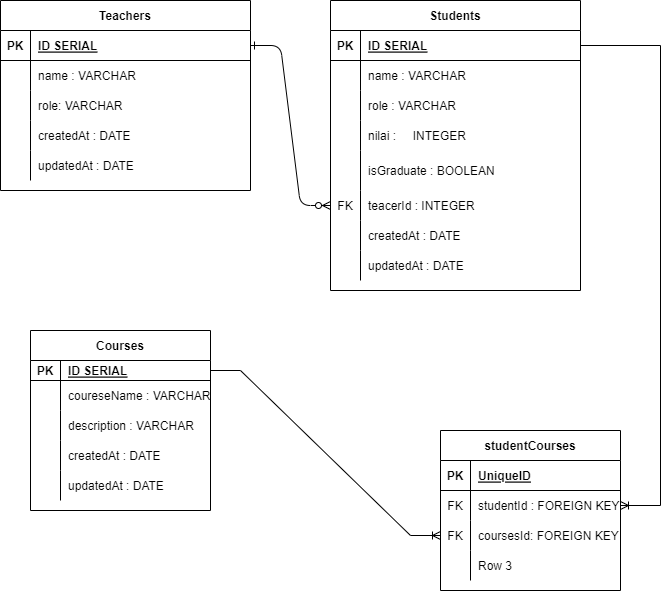
Earlier version of the draw.io export yukdemy.drawio.png (FadyllahF/yukdemy). Source tidied: cells renumbered, new cells last; positions are measured from the earlier drawing's top-left corner, leaving out a move shared by most shapes.
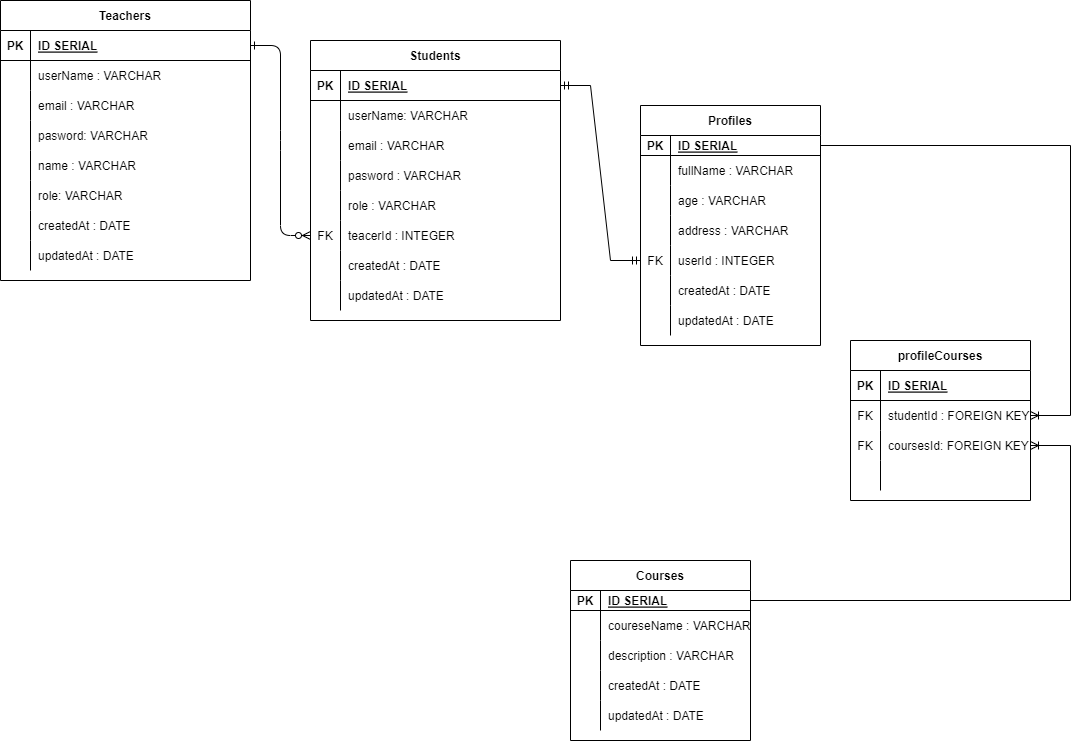
Above is the later version.

Diff of the diagram source:
```diff
@@ -6,7 +6,7 @@
       <mxGeometry relative="1" as="geometry" />
     </mxCell>
     <mxCell id="3" value="Students" style="shape=table;startSize=30;rowLines=0;fontStyle=1;align=center;" parent="1" vertex="1">
-      <mxGeometry x="330" width="250" height="290" as="geometry" />
+      <mxGeometry x="200" y="-60" width="250" height="280" as="geometry" />
     </mxCell>
     <mxCell id="4" style="shape=partialRectangle;fillColor=none;points=[[0,0.5],[1,0.5]];portConstraint=eastwest;top=0;left=0;right=0;bottom=1;" parent="3" vertex="1">
       <mxGeometry y="30" width="250" height="30" as="geometry" />
@@ -20,14 +20,32 @@
     <mxCell id="7" style="shape=partialRectangle;fillColor=none;top=0;left=0;right=0;bottom=0;" parent="3" vertex="1">
       <mxGeometry y="60" width="250" height="30" as="geometry" />
     </mxCell>
-    <mxCell id="8" style="shape=partialRectangle;overflow=hidden;fillColor=none;top=0;left=0;bottom=0;right=0;" parent="7" vertex="1">
-      <mxGeometry width="30" height="30" as="geometry" />
-    </mxCell>
-    <mxCell id="9" value="name : VARCHAR" style="shape=partialRectangle;overflow=hidden;fillColor=none;top=0;left=0;bottom=0;right=0;align=left;spacingLeft=6;" parent="7" vertex="1">
-      <mxGeometry x="30" width="220" height="30" as="geometry" />
-    </mxCell>
+    <mxCell id="75" style="shape=partialRectangle;overflow=hidden;fillColor=none;top=0;left=0;bottom=0;right=0;" parent="7" vertex="1">
+      <mxGeometry width="30" height="30" as="geometry" />
+    </mxCell>
+    <mxCell id="76" value="userName: VARCHAR" style="shape=partialRectangle;overflow=hidden;fillColor=none;top=0;left=0;bottom=0;right=0;align=left;spacingLeft=6;" parent="7" vertex="1">
+      <mxGeometry x="30" width="220" height="30" as="geometry" />
+    </mxCell>
+    <mxCell id="77" style="shape=partialRectangle;fillColor=none;top=0;left=0;right=0;bottom=0;" parent="3" vertex="1">
+      <mxGeometry y="90" width="250" height="30" as="geometry" />
+    </mxCell>
+    <mxCell id="78" style="shape=partialRectangle;overflow=hidden;fillColor=none;top=0;left=0;bottom=0;right=0;" parent="77" vertex="1">
+      <mxGeometry width="30" height="30" as="geometry" />
+    </mxCell>
+    <mxCell id="79" value="email : VARCHAR" style="shape=partialRectangle;overflow=hidden;fillColor=none;top=0;left=0;bottom=0;right=0;align=left;spacingLeft=6;" parent="77" vertex="1">
+      <mxGeometry x="30" width="220" height="30" as="geometry" />
+    </mxCell>
+    <mxCell id="80" style="shape=partialRectangle;fillColor=none;top=0;left=0;right=0;bottom=0;" parent="3" vertex="1">
+      <mxGeometry y="120" width="250" height="30" as="geometry" />
+    </mxCell>
+    <mxCell id="81" style="shape=partialRectangle;overflow=hidden;fillColor=none;top=0;left=0;bottom=0;right=0;" parent="80" vertex="1">
+      <mxGeometry width="30" height="30" as="geometry" />
+    </mxCell>
+    <mxCell id="82" value="pasword : VARCHAR" style="shape=partialRectangle;overflow=hidden;fillColor=none;top=0;left=0;bottom=0;right=0;align=left;spacingLeft=6;" parent="80" vertex="1">
+      <mxGeometry x="30" width="220" height="30" as="geometry" />
+    </mxCell>
     <mxCell id="10" style="shape=partialRectangle;fillColor=none;top=0;left=0;right=0;bottom=0;" parent="3" vertex="1">
-      <mxGeometry y="90" width="250" height="30" as="geometry" />
+      <mxGeometry y="150" width="250" height="30" as="geometry" />
     </mxCell>
     <mxCell id="11" style="shape=partialRectangle;overflow=hidden;fillColor=none;top=0;left=0;bottom=0;right=0;" parent="10" vertex="1">
       <mxGeometry width="30" height="30" as="geometry" />
@@ -35,26 +53,8 @@
     <mxCell id="12" value="role : VARCHAR" style="shape=partialRectangle;overflow=hidden;fillColor=none;top=0;left=0;bottom=0;right=0;align=left;spacingLeft=6;" parent="10" vertex="1">
       <mxGeometry x="30" width="220" height="30" as="geometry" />
     </mxCell>
-    <mxCell id="13" style="shape=partialRectangle;fillColor=none;top=0;left=0;right=0;bottom=0;" parent="3" vertex="1">
-      <mxGeometry y="120" width="250" height="30" as="geometry" />
-    </mxCell>
-    <mxCell id="14" style="shape=partialRectangle;overflow=hidden;fillColor=none;top=0;left=0;bottom=0;right=0;" parent="13" vertex="1">
-      <mxGeometry width="30" height="30" as="geometry" />
-    </mxCell>
-    <mxCell id="15" value="nilai :     INTEGER" style="shape=partialRectangle;overflow=hidden;fillColor=none;top=0;left=0;bottom=0;right=0;align=left;spacingLeft=6;" parent="13" vertex="1">
-      <mxGeometry x="30" width="220" height="30" as="geometry" />
-    </mxCell>
-    <mxCell id="16" style="shape=partialRectangle;fillColor=none;top=0;left=0;right=0;bottom=0;" parent="3" vertex="1">
-      <mxGeometry y="150" width="250" height="40" as="geometry" />
-    </mxCell>
-    <mxCell id="17" style="shape=partialRectangle;overflow=hidden;fillColor=none;top=0;left=0;bottom=0;right=0;" parent="16" vertex="1">
-      <mxGeometry width="30" height="40" as="geometry" />
-    </mxCell>
-    <mxCell id="18" value="isGraduate : BOOLEAN" style="shape=partialRectangle;overflow=hidden;fillColor=none;top=0;left=0;bottom=0;right=0;align=left;spacingLeft=6;" parent="16" vertex="1">
-      <mxGeometry x="30" width="220" height="40" as="geometry" />
-    </mxCell>
     <mxCell id="19" style="shape=partialRectangle;fillColor=none;points=[[0,0.5],[1,0.5]];portConstraint=eastwest;top=0;left=0;right=0;bottom=0;" parent="3" vertex="1">
-      <mxGeometry y="190" width="250" height="30" as="geometry" />
+      <mxGeometry y="180" width="250" height="30" as="geometry" />
     </mxCell>
     <mxCell id="20" value="FK" style="shape=partialRectangle;overflow=hidden;fillColor=none;top=0;left=0;bottom=0;right=0;" parent="19" vertex="1">
       <mxGeometry width="30" height="30" as="geometry" />
@@ -63,7 +63,7 @@
       <mxGeometry x="30" width="220" height="30" as="geometry" />
     </mxCell>
     <mxCell id="22" style="shape=partialRectangle;fillColor=none;top=0;left=0;right=0;bottom=0;" parent="3" vertex="1">
-      <mxGeometry y="220" width="250" height="30" as="geometry" />
+      <mxGeometry y="210" width="250" height="30" as="geometry" />
     </mxCell>
     <mxCell id="23" style="shape=partialRectangle;overflow=hidden;fillColor=none;top=0;left=0;bottom=0;right=0;" parent="22" vertex="1">
       <mxGeometry width="30" height="30" as="geometry" />
@@ -72,7 +72,7 @@
       <mxGeometry x="30" width="220" height="30" as="geometry" />
     </mxCell>
     <mxCell id="25" style="shape=partialRectangle;fillColor=none;top=0;left=0;right=0;bottom=0;" parent="3" vertex="1">
-      <mxGeometry y="250" width="250" height="30" as="geometry" />
+      <mxGeometry y="240" width="250" height="30" as="geometry" />
     </mxCell>
     <mxCell id="26" style="shape=partialRectangle;overflow=hidden;fillColor=none;top=0;left=0;bottom=0;right=0;" parent="25" vertex="1">
       <mxGeometry width="30" height="30" as="geometry" />
@@ -81,7 +81,7 @@
       <mxGeometry x="30" width="220" height="30" as="geometry" />
     </mxCell>
     <mxCell id="28" value="Teachers" style="shape=table;startSize=30;rowLines=0;fontStyle=1;align=center;" parent="1" vertex="1">
-      <mxGeometry width="250" height="190" as="geometry" />
+      <mxGeometry x="-110" y="-100" width="250" height="280" as="geometry" />
     </mxCell>
     <mxCell id="29" style="shape=partialRectangle;fillColor=none;points=[[0,0.5],[1,0.5]];portConstraint=eastwest;top=0;left=0;right=0;bottom=1;" parent="28" vertex="1">
       <mxGeometry y="30" width="250" height="30" as="geometry" />
@@ -98,11 +98,38 @@
     <mxCell id="33" style="shape=partialRectangle;overflow=hidden;fillColor=none;top=0;left=0;bottom=0;right=0;" parent="32" vertex="1">
       <mxGeometry width="30" height="30" as="geometry" />
     </mxCell>
-    <mxCell id="34" value="name : VARCHAR" style="shape=partialRectangle;overflow=hidden;fillColor=none;top=0;left=0;bottom=0;right=0;align=left;spacingLeft=6;" parent="32" vertex="1">
+    <mxCell id="34" value="userName : VARCHAR" style="shape=partialRectangle;overflow=hidden;fillColor=none;top=0;left=0;bottom=0;right=0;align=left;spacingLeft=6;" parent="32" vertex="1">
       <mxGeometry x="30" width="220" height="30" as="geometry" />
     </mxCell>
+    <mxCell id="83" style="shape=partialRectangle;fillColor=none;top=0;left=0;right=0;bottom=0;" parent="28" vertex="1">
+      <mxGeometry y="90" width="250" height="30" as="geometry" />
+    </mxCell>
+    <mxCell id="84" style="shape=partialRectangle;overflow=hidden;fillColor=none;top=0;left=0;bottom=0;right=0;" parent="83" vertex="1">
+      <mxGeometry width="30" height="30" as="geometry" />
+    </mxCell>
+    <mxCell id="85" value="email : VARCHAR" style="shape=partialRectangle;overflow=hidden;fillColor=none;top=0;left=0;bottom=0;right=0;align=left;spacingLeft=6;" parent="83" vertex="1">
+      <mxGeometry x="30" width="220" height="30" as="geometry" />
+    </mxCell>
+    <mxCell id="86" style="shape=partialRectangle;fillColor=none;top=0;left=0;right=0;bottom=0;" parent="28" vertex="1">
+      <mxGeometry y="120" width="250" height="30" as="geometry" />
+    </mxCell>
+    <mxCell id="87" style="shape=partialRectangle;overflow=hidden;fillColor=none;top=0;left=0;bottom=0;right=0;" parent="86" vertex="1">
+      <mxGeometry width="30" height="30" as="geometry" />
+    </mxCell>
+    <mxCell id="88" value="pasword: VARCHAR" style="shape=partialRectangle;overflow=hidden;fillColor=none;top=0;left=0;bottom=0;right=0;align=left;spacingLeft=6;" parent="86" vertex="1">
+      <mxGeometry x="30" width="220" height="30" as="geometry" />
+    </mxCell>
+    <mxCell id="89" style="shape=partialRectangle;fillColor=none;top=0;left=0;right=0;bottom=0;" parent="28" vertex="1">
+      <mxGeometry y="150" width="250" height="30" as="geometry" />
+    </mxCell>
+    <mxCell id="90" style="shape=partialRectangle;overflow=hidden;fillColor=none;top=0;left=0;bottom=0;right=0;" parent="89" vertex="1">
+      <mxGeometry width="30" height="30" as="geometry" />
+    </mxCell>
+    <mxCell id="9" value="name : VARCHAR" style="shape=partialRectangle;overflow=hidden;fillColor=none;top=0;left=0;bottom=0;right=0;align=left;spacingLeft=6;" parent="89" vertex="1">
+      <mxGeometry x="30" width="220" height="30" as="geometry" />
+    </mxCell>
     <mxCell id="35" style="shape=partialRectangle;fillColor=none;top=0;left=0;right=0;bottom=0;" parent="28" vertex="1">
-      <mxGeometry y="90" width="250" height="30" as="geometry" />
+      <mxGeometry y="180" width="250" height="30" as="geometry" />
     </mxCell>
     <mxCell id="36" style="shape=partialRectangle;overflow=hidden;fillColor=none;top=0;left=0;bottom=0;right=0;" parent="35" vertex="1">
       <mxGeometry width="30" height="30" as="geometry" />
@@ -111,7 +138,7 @@
       <mxGeometry x="30" width="220" height="30" as="geometry" />
     </mxCell>
     <mxCell id="38" style="shape=partialRectangle;fillColor=none;top=0;left=0;right=0;bottom=0;" parent="28" vertex="1">
-      <mxGeometry y="120" width="250" height="30" as="geometry" />
+      <mxGeometry y="210" width="250" height="30" as="geometry" />
     </mxCell>
     <mxCell id="39" style="shape=partialRectangle;overflow=hidden;fillColor=none;top=0;left=0;bottom=0;right=0;" parent="38" vertex="1">
       <mxGeometry width="30" height="30" as="geometry" />
@@ -120,7 +147,7 @@
       <mxGeometry x="30" width="220" height="30" as="geometry" />
     </mxCell>
     <mxCell id="41" style="shape=partialRectangle;fillColor=none;top=0;left=0;right=0;bottom=0;" parent="28" vertex="1">
-      <mxGeometry y="150" width="250" height="30" as="geometry" />
+      <mxGeometry y="240" width="250" height="30" as="geometry" />
     </mxCell>
     <mxCell id="42" style="shape=partialRectangle;overflow=hidden;fillColor=none;top=0;left=0;bottom=0;right=0;" parent="41" vertex="1">
       <mxGeometry width="30" height="30" as="geometry" />
@@ -129,7 +156,7 @@
       <mxGeometry x="30" width="220" height="30" as="geometry" />
     </mxCell>
     <mxCell id="44" value="Courses" style="shape=table;startSize=30;rowLines=0;fontStyle=1;align=center;" parent="1" vertex="1">
-      <mxGeometry x="30" y="330" width="180" height="180" as="geometry" />
+      <mxGeometry x="460" y="460" width="180" height="180" as="geometry" />
     </mxCell>
     <mxCell id="45" style="shape=tableRow;horizontal=0;startSize=0;swimlaneHead=0;swimlaneBody=0;fillColor=none;points=[[0,0.5],[1,0.5]];portConstraint=eastwest;top=0;left=0;right=0;bottom=1;" parent="44" vertex="1">
       <mxGeometry y="30" width="180" height="20" as="geometry" />
@@ -176,8 +203,8 @@
     <mxCell id="59" value="updatedAt : DATE" style="shape=partialRectangle;fillColor=none;top=0;left=0;bottom=0;right=0;align=left;spacingLeft=6;overflow=hidden;" parent="57" vertex="1">
       <mxGeometry x="30" width="150" height="30" as="geometry" />
     </mxCell>
-    <mxCell id="60" value="studentCourses" style="shape=table;startSize=30;rowLines=0;fontStyle=1;align=center;" parent="1" vertex="1">
-      <mxGeometry x="440" y="430" width="180" height="160" as="geometry" />
+    <mxCell id="60" value="profileCourses" style="shape=table;startSize=30;rowLines=0;fontStyle=1;align=center;" parent="1" vertex="1">
+      <mxGeometry x="740" y="240" width="180" height="160" as="geometry" />
     </mxCell>
     <mxCell id="61" style="shape=tableRow;horizontal=0;startSize=0;swimlaneHead=0;swimlaneBody=0;fillColor=none;top=0;left=0;right=0;bottom=1;" parent="60" vertex="1">
       <mxGeometry y="30" width="180" height="30" as="geometry" />
@@ -185,7 +212,7 @@
     <mxCell id="62" value="PK" style="shape=partialRectangle;fillColor=none;top=0;left=0;bottom=0;right=0;fontStyle=1;overflow=hidden;" parent="61" vertex="1">
       <mxGeometry width="30" height="30" as="geometry" />
     </mxCell>
-    <mxCell id="63" value="UniqueID" style="shape=partialRectangle;fillColor=none;top=0;left=0;bottom=0;right=0;align=left;spacingLeft=6;fontStyle=5;overflow=hidden;" parent="61" vertex="1">
+    <mxCell id="63" value="ID SERIAL" style="shape=partialRectangle;fillColor=none;top=0;left=0;bottom=0;right=0;align=left;spacingLeft=6;fontStyle=5;overflow=hidden;" parent="61" vertex="1">
       <mxGeometry x="30" width="150" height="30" as="geometry" />
     </mxCell>
     <mxCell id="64" style="shape=tableRow;horizontal=0;startSize=0;swimlaneHead=0;swimlaneBody=0;fillColor=none;points=[[0,0.5],[1,0.5]];portConstraint=eastwest;top=0;left=0;right=0;bottom=0;" parent="60" vertex="1">
@@ -212,18 +239,92 @@
     <mxCell id="71" style="shape=partialRectangle;fillColor=none;top=0;left=0;bottom=0;right=0;overflow=hidden;" parent="70" vertex="1">
       <mxGeometry width="30" height="30" as="geometry" />
     </mxCell>
-    <mxCell id="72" value="Row 3" style="shape=partialRectangle;fillColor=none;top=0;left=0;bottom=0;right=0;align=left;spacingLeft=6;overflow=hidden;" parent="70" vertex="1">
+    <mxCell id="72" style="shape=partialRectangle;fillColor=none;top=0;left=0;bottom=0;right=0;align=left;spacingLeft=6;overflow=hidden;" parent="70" vertex="1">
       <mxGeometry x="30" width="150" height="30" as="geometry" />
     </mxCell>
-    <mxCell id="73" style="edgeStyle=entityRelationEdgeStyle;fontSize=12;html=1;endArrow=ERoneToMany;rounded=0;entryX=0;entryY=0.5;entryDx=0;entryDy=0;exitX=1;exitY=0.5;exitDx=0;exitDy=0;" parent="1" edge="1" source="45" target="67">
-      <mxGeometry relative="1" as="geometry" />
+    <mxCell id="73" style="edgeStyle=elbowEdgeStyle;fontSize=12;html=1;endArrow=ERoneToMany;rounded=0;entryX=1;entryY=0.5;entryDx=0;entryDy=0;exitX=1;exitY=0.5;exitDx=0;exitDy=0;" parent="1" edge="1" source="45" target="67">
+      <mxGeometry relative="1" as="geometry">
+        <Array as="points">
+          <mxPoint x="960" y="450" />
+          <mxPoint x="690" y="460" />
+        </Array>
+      </mxGeometry>
     </mxCell>
-    <mxCell id="74" style="edgeStyle=elbowEdgeStyle;fontSize=12;html=1;endArrow=ERoneToMany;rounded=0;exitX=1;exitY=0.5;exitDx=0;exitDy=0;entryX=1;entryY=0.5;entryDx=0;entryDy=0;" parent="1" edge="1" source="4" target="64">
+    <mxCell id="74" style="edgeStyle=elbowEdgeStyle;fontSize=12;html=1;endArrow=ERoneToMany;rounded=0;exitX=1;exitY=0.5;exitDx=0;exitDy=0;entryX=1;entryY=0.5;entryDx=0;entryDy=0;" parent="1" edge="1" source="92" target="64">
       <mxGeometry relative="1" as="geometry">
         <Array as="points">
-          <mxPoint x="660" y="290" />
+          <mxPoint x="960" y="140" />
         </Array>
       </mxGeometry>
     </mxCell>
+    <mxCell id="91" value="Profiles" style="shape=table;startSize=30;rowLines=0;fontStyle=1;align=center;" parent="1" vertex="1">
+      <mxGeometry x="530" y="5" width="180" height="240" as="geometry" />
+    </mxCell>
+    <mxCell id="92" style="shape=tableRow;horizontal=0;startSize=0;swimlaneHead=0;swimlaneBody=0;fillColor=none;points=[[0,0.5],[1,0.5]];portConstraint=eastwest;top=0;left=0;right=0;bottom=1;" parent="91" vertex="1">
+      <mxGeometry y="30" width="180" height="20" as="geometry" />
+    </mxCell>
+    <mxCell id="93" value="PK" style="shape=partialRectangle;fillColor=none;top=0;left=0;bottom=0;right=0;fontStyle=1;overflow=hidden;" parent="92" vertex="1">
+      <mxGeometry width="30" height="20" as="geometry" />
+    </mxCell>
+    <mxCell id="94" value="ID SERIAL" style="shape=partialRectangle;fillColor=none;top=0;left=0;bottom=0;right=0;align=left;spacingLeft=6;fontStyle=5;overflow=hidden;" parent="92" vertex="1">
+      <mxGeometry x="30" width="150" height="20" as="geometry" />
+    </mxCell>
+    <mxCell id="95" style="shape=tableRow;horizontal=0;startSize=0;swimlaneHead=0;swimlaneBody=0;fillColor=none;top=0;left=0;right=0;bottom=0;" parent="91" vertex="1">
+      <mxGeometry y="50" width="180" height="30" as="geometry" />
+    </mxCell>
+    <mxCell id="96" style="shape=partialRectangle;fillColor=none;top=0;left=0;bottom=0;right=0;overflow=hidden;" parent="95" vertex="1">
+      <mxGeometry width="30" height="30" as="geometry" />
+    </mxCell>
+    <mxCell id="97" value="fullName : VARCHAR" style="shape=partialRectangle;fillColor=none;top=0;left=0;bottom=0;right=0;align=left;spacingLeft=6;overflow=hidden;" parent="95" vertex="1">
+      <mxGeometry x="30" width="150" height="30" as="geometry" />
+    </mxCell>
+    <mxCell id="98" style="shape=tableRow;horizontal=0;startSize=0;swimlaneHead=0;swimlaneBody=0;fillColor=none;top=0;left=0;right=0;bottom=0;" parent="91" vertex="1">
+      <mxGeometry y="80" width="180" height="30" as="geometry" />
+    </mxCell>
+    <mxCell id="99" style="shape=partialRectangle;fillColor=none;top=0;left=0;bottom=0;right=0;overflow=hidden;" parent="98" vertex="1">
+      <mxGeometry width="30" height="30" as="geometry" />
+    </mxCell>
+    <mxCell id="100" value="age : VARCHAR" style="shape=partialRectangle;fillColor=none;top=0;left=0;bottom=0;right=0;align=left;spacingLeft=6;overflow=hidden;" parent="98" vertex="1">
+      <mxGeometry x="30" width="150" height="30" as="geometry" />
+    </mxCell>
+    <mxCell id="101" style="shape=tableRow;horizontal=0;startSize=0;swimlaneHead=0;swimlaneBody=0;fillColor=none;top=0;left=0;right=0;bottom=0;" parent="91" vertex="1">
+      <mxGeometry y="110" width="180" height="30" as="geometry" />
+    </mxCell>
+    <mxCell id="102" style="shape=partialRectangle;fillColor=none;top=0;left=0;bottom=0;right=0;overflow=hidden;" parent="101" vertex="1">
+      <mxGeometry width="30" height="30" as="geometry" />
+    </mxCell>
+    <mxCell id="103" value="address : VARCHAR" style="shape=partialRectangle;fillColor=none;top=0;left=0;bottom=0;right=0;align=left;spacingLeft=6;overflow=hidden;" parent="101" vertex="1">
+      <mxGeometry x="30" width="150" height="30" as="geometry" />
+    </mxCell>
+    <mxCell id="104" style="shape=tableRow;horizontal=0;startSize=0;swimlaneHead=0;swimlaneBody=0;fillColor=none;points=[[0,0.5],[1,0.5]];portConstraint=eastwest;top=0;left=0;right=0;bottom=0;" parent="91" vertex="1">
+      <mxGeometry y="140" width="180" height="30" as="geometry" />
+    </mxCell>
+    <mxCell id="105" value="FK" style="shape=partialRectangle;fillColor=none;top=0;left=0;bottom=0;right=0;overflow=hidden;" parent="104" vertex="1">
+      <mxGeometry width="30" height="30" as="geometry" />
+    </mxCell>
+    <mxCell id="106" value="userId : INTEGER" style="shape=partialRectangle;fillColor=none;top=0;left=0;bottom=0;right=0;align=left;spacingLeft=6;overflow=hidden;" parent="104" vertex="1">
+      <mxGeometry x="30" width="150" height="30" as="geometry" />
+    </mxCell>
+    <mxCell id="107" style="shape=tableRow;horizontal=0;startSize=0;swimlaneHead=0;swimlaneBody=0;fillColor=none;top=0;left=0;right=0;bottom=0;" parent="91" vertex="1">
+      <mxGeometry y="170" width="180" height="30" as="geometry" />
+    </mxCell>
+    <mxCell id="108" style="shape=partialRectangle;fillColor=none;top=0;left=0;bottom=0;right=0;overflow=hidden;" parent="107" vertex="1">
+      <mxGeometry width="30" height="30" as="geometry" />
+    </mxCell>
+    <mxCell id="109" value="createdAt : DATE    " style="shape=partialRectangle;fillColor=none;top=0;left=0;bottom=0;right=0;align=left;spacingLeft=6;overflow=hidden;" parent="107" vertex="1">
+      <mxGeometry x="30" width="150" height="30" as="geometry" />
+    </mxCell>
+    <mxCell id="110" style="shape=tableRow;horizontal=0;startSize=0;swimlaneHead=0;swimlaneBody=0;fillColor=none;top=0;left=0;right=0;bottom=0;" parent="91" vertex="1">
+      <mxGeometry y="200" width="180" height="30" as="geometry" />
+    </mxCell>
+    <mxCell id="111" style="shape=partialRectangle;fillColor=none;top=0;left=0;bottom=0;right=0;overflow=hidden;" parent="110" vertex="1">
+      <mxGeometry width="30" height="30" as="geometry" />
+    </mxCell>
+    <mxCell id="112" value="updatedAt : DATE" style="shape=partialRectangle;fillColor=none;top=0;left=0;bottom=0;right=0;align=left;spacingLeft=6;overflow=hidden;" parent="110" vertex="1">
+      <mxGeometry x="30" width="150" height="30" as="geometry" />
+    </mxCell>
+    <mxCell id="113" style="edgeStyle=entityRelationEdgeStyle;fontSize=12;html=1;endArrow=ERmandOne;startArrow=ERmandOne;rounded=0;exitX=0;exitY=0.5;exitDx=0;exitDy=0;entryX=1;entryY=0.5;entryDx=0;entryDy=0;" parent="1" edge="1" source="104" target="4">
+      <mxGeometry relative="1" as="geometry" />
+    </mxCell>
   </root>
 </mxGraphModel>
```
